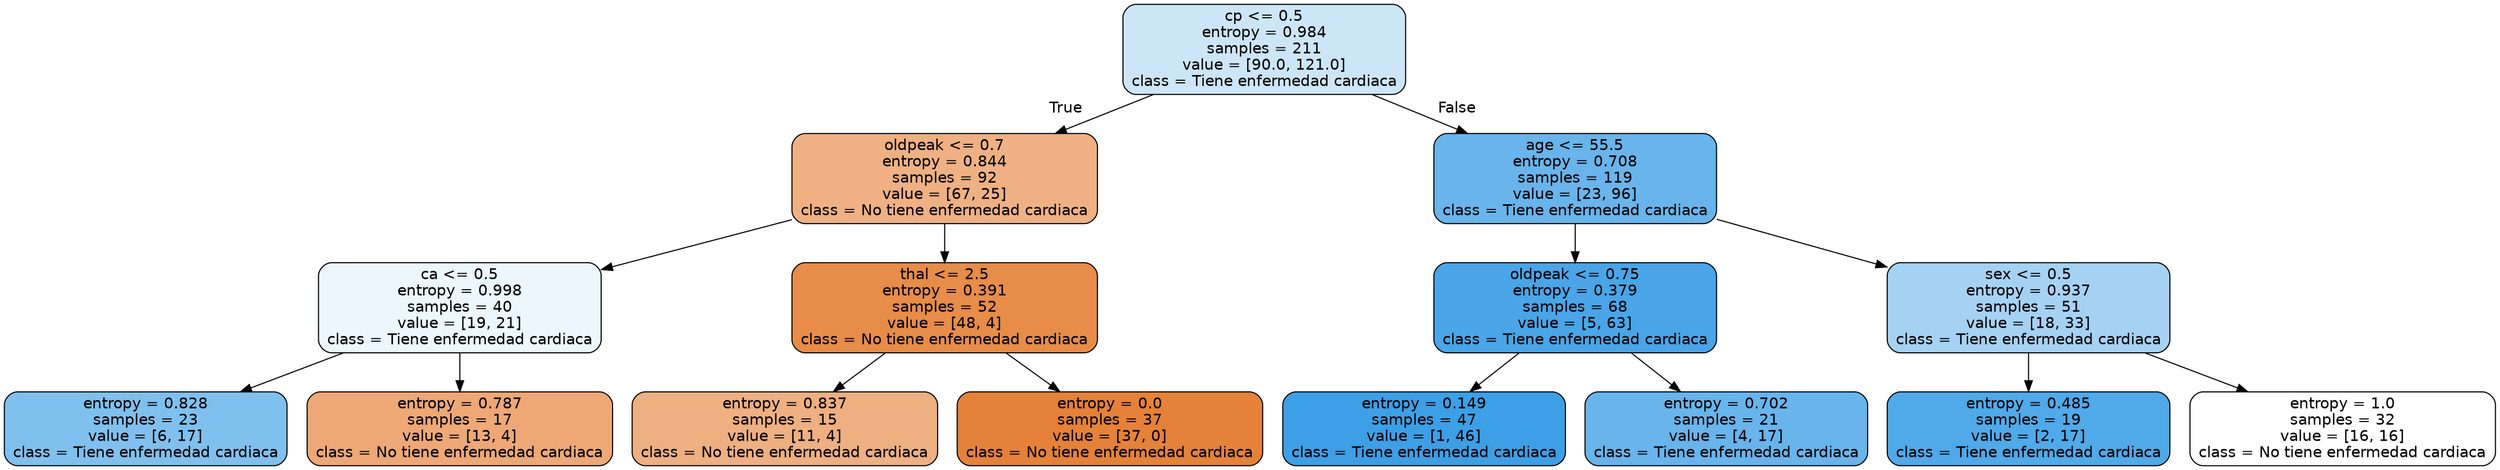
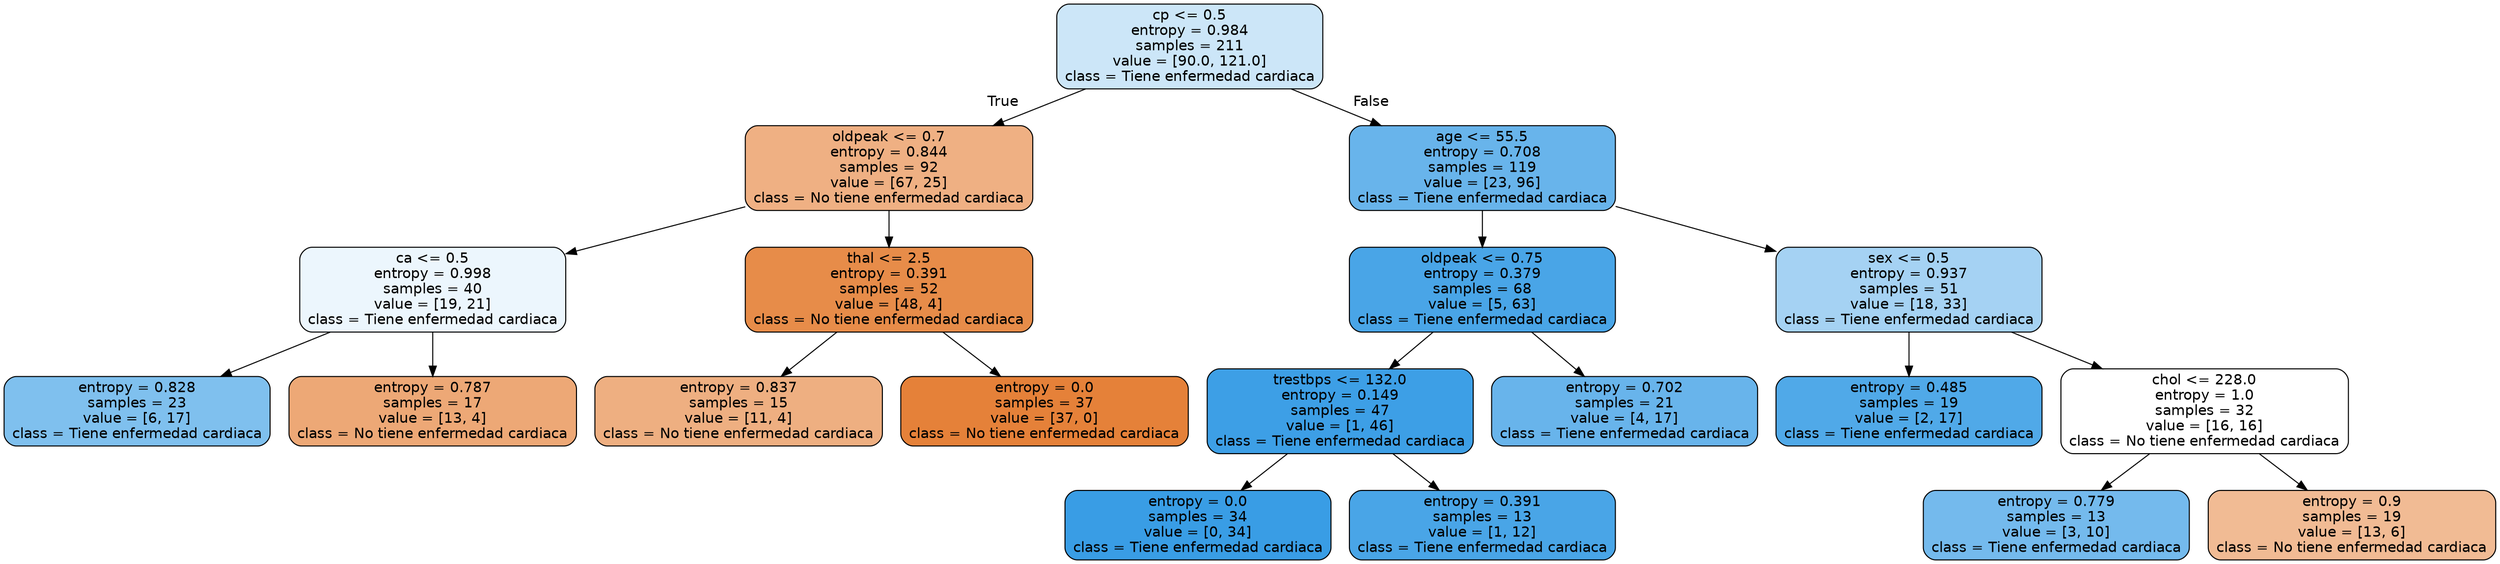
digraph Tree {
node [shape=box, style="filled, rounded", color="black", fontname="helvetica"] ;
edge [fontname="helvetica"] ;
0 [label="cp <= 0.5\nentropy = 0.984\nsamples = 211\nvalue = [90.0, 121.0]\nclass = Tiene enfermedad cardiaca", fillcolor="#cce6f8"] ;
1 [label="oldpeak <= 0.7\nentropy = 0.844\nsamples = 92\nvalue = [67, 25]\nclass = No tiene enfermedad cardiaca", fillcolor="#efb083"] ;
0 -> 1 [labeldistance=2.5, labelangle=45, headlabel="True"] ;
2 [label="ca <= 0.5\nentropy = 0.998\nsamples = 40\nvalue = [19, 21]\nclass = Tiene enfermedad cardiaca", fillcolor="#ecf6fd"] ;
1 -> 2 ;
3 [label="entropy = 0.828\nsamples = 23\nvalue = [6, 17]\nclass = Tiene enfermedad cardiaca", fillcolor="#7fc0ee"] ;
2 -> 3 ;
4 [label="entropy = 0.787\nsamples = 17\nvalue = [13, 4]\nclass = No tiene enfermedad cardiaca", fillcolor="#eda876"] ;
2 -> 4 ;
5 [label="thal <= 2.5\nentropy = 0.391\nsamples = 52\nvalue = [48, 4]\nclass = No tiene enfermedad cardiaca", fillcolor="#e78c49"] ;
1 -> 5 ;
6 [label="entropy = 0.837\nsamples = 15\nvalue = [11, 4]\nclass = No tiene enfermedad cardiaca", fillcolor="#eeaf81"] ;
5 -> 6 ;
7 [label="entropy = 0.0\nsamples = 37\nvalue = [37, 0]\nclass = No tiene enfermedad cardiaca", fillcolor="#e58139"] ;
5 -> 7 ;
8 [label="age <= 55.5\nentropy = 0.708\nsamples = 119\nvalue = [23, 96]\nclass = Tiene enfermedad cardiaca", fillcolor="#68b4eb"] ;
0 -> 8 [labeldistance=2.5, labelangle=-45, headlabel="False"] ;
9 [label="oldpeak <= 0.75\nentropy = 0.379\nsamples = 68\nvalue = [5, 63]\nclass = Tiene enfermedad cardiaca", fillcolor="#49a5e7"] ;
8 -> 9 ;
- 10 [label="entropy = 0.149\nsamples = 47\nvalue = [1, 46]\nclass = Tiene enfermedad cardiaca", fillcolor="#3d9fe6"] ;
+ 10 [label="trestbps <= 132.0\nentropy = 0.149\nsamples = 47\nvalue = [1, 46]\nclass = Tiene enfermedad cardiaca", fillcolor="#3d9fe6"] ;
9 -> 10 ;
- 11 [label="entropy = 0.702\nsamples = 21\nvalue = [4, 17]\nclass = Tiene enfermedad cardiaca", fillcolor="#68b4eb"] ;
- 9 -> 11 ;
- 12 [label="sex <= 0.5\nentropy = 0.937\nsamples = 51\nvalue = [18, 33]\nclass = Tiene enfermedad cardiaca", fillcolor="#a5d2f3"] ;
- 8 -> 12 ;
- 13 [label="entropy = 0.485\nsamples = 19\nvalue = [2, 17]\nclass = Tiene enfermedad cardiaca", fillcolor="#50a9e8"] ;
- 12 -> 13 ;
- 14 [label="entropy = 1.0\nsamples = 32\nvalue = [16, 16]\nclass = No tiene enfermedad cardiaca", fillcolor="#ffffff"] ;
- 12 -> 14 ;
+ 11 [label="entropy = 0.0\nsamples = 34\nvalue = [0, 34]\nclass = Tiene enfermedad cardiaca", fillcolor="#399de5"] ;
+ 10 -> 11 ;
+ 12 [label="entropy = 0.391\nsamples = 13\nvalue = [1, 12]\nclass = Tiene enfermedad cardiaca", fillcolor="#49a5e7"] ;
+ 10 -> 12 ;
+ 13 [label="entropy = 0.702\nsamples = 21\nvalue = [4, 17]\nclass = Tiene enfermedad cardiaca", fillcolor="#68b4eb"] ;
+ 9 -> 13 ;
+ 14 [label="sex <= 0.5\nentropy = 0.937\nsamples = 51\nvalue = [18, 33]\nclass = Tiene enfermedad cardiaca", fillcolor="#a5d2f3"] ;
+ 8 -> 14 ;
+ 15 [label="entropy = 0.485\nsamples = 19\nvalue = [2, 17]\nclass = Tiene enfermedad cardiaca", fillcolor="#50a9e8"] ;
+ 14 -> 15 ;
+ 16 [label="chol <= 228.0\nentropy = 1.0\nsamples = 32\nvalue = [16, 16]\nclass = No tiene enfermedad cardiaca", fillcolor="#ffffff"] ;
+ 14 -> 16 ;
+ 17 [label="entropy = 0.779\nsamples = 13\nvalue = [3, 10]\nclass = Tiene enfermedad cardiaca", fillcolor="#74baed"] ;
+ 16 -> 17 ;
+ 18 [label="entropy = 0.9\nsamples = 19\nvalue = [13, 6]\nclass = No tiene enfermedad cardiaca", fillcolor="#f1bb94"] ;
+ 16 -> 18 ;
}